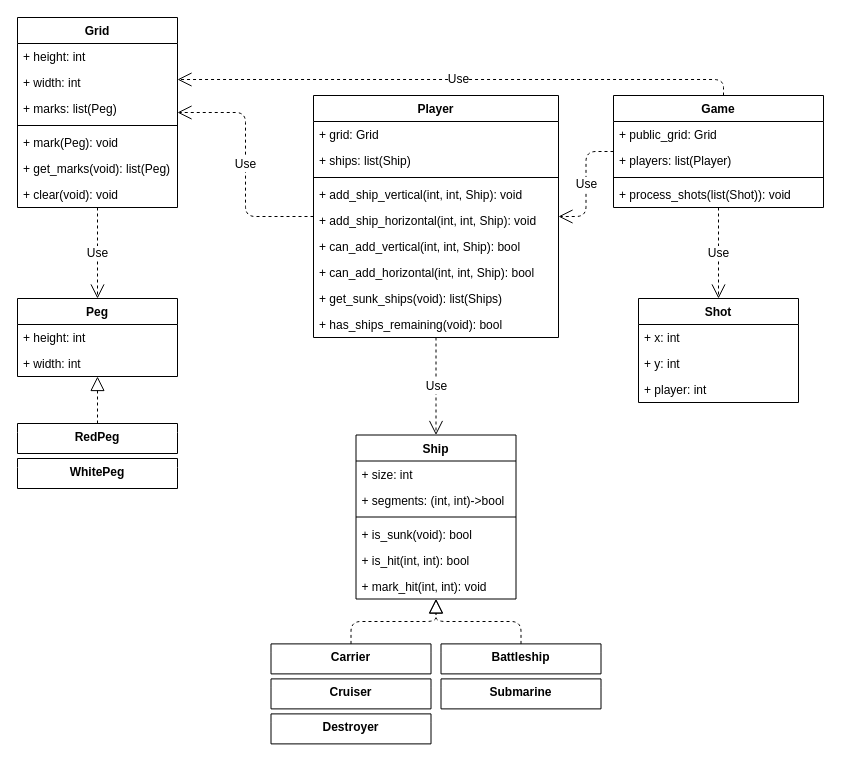
Before: battleship.drawio in colorfuldisaster/battleship, a draw.io diagram. Source tidied: cells renumbered, new cells numbered last; positions are measured from the earlier drawing's top-left corner, leaving out a move shared by most shapes. Both pictures are drawn from the tidied source at 100%, with x=0, y=0 at pixel (17, 17).
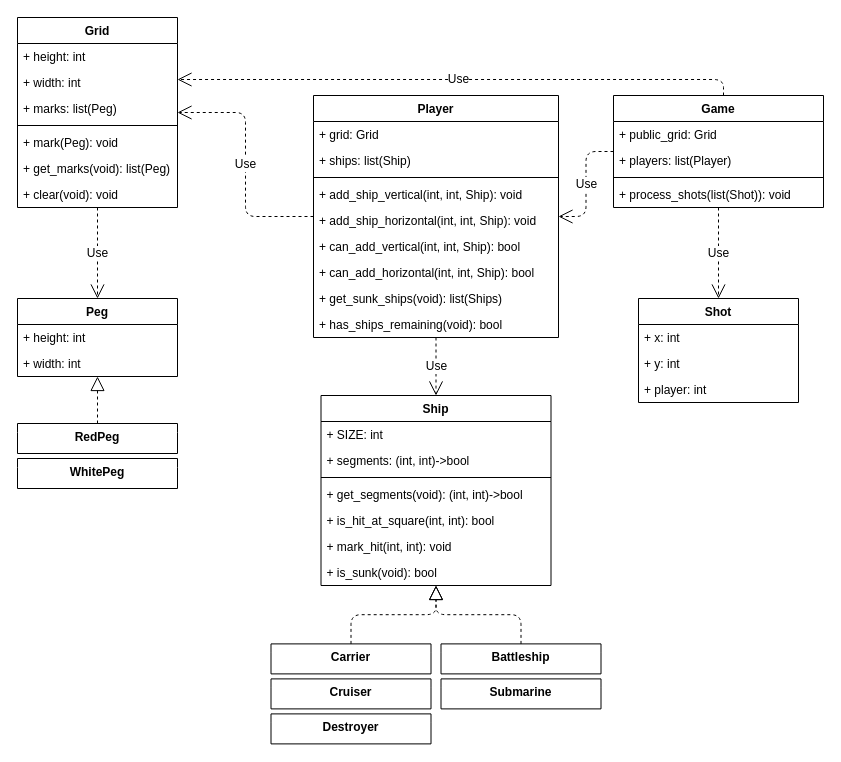
The same diagram, later.

Diff of the diagram source:
```diff
@@
     <mxCell id="40" value="Ship" style="swimlane;fontStyle=1;align=center;verticalAlign=top;horizontal=1;startSize=26;rounded=0;shadow=0;glass=0;comic=0;strokeColor=#000000;fontSize=12;" parent="1" vertex="1">
-      <mxGeometry x="338.5" y="417.5" width="160" height="164" as="geometry" />
+      <mxGeometry x="303.5" y="378" width="230" height="190" as="geometry" />
     </mxCell>
-    <mxCell id="41" value="+ size: int" style="text;strokeColor=none;fillColor=none;align=left;verticalAlign=top;spacingLeft=4;spacingRight=4;overflow=hidden;" parent="40" vertex="1">
-      <mxGeometry y="26" width="160" height="26" as="geometry" />
+    <mxCell id="41" value="+ SIZE: int" style="text;strokeColor=none;fillColor=none;align=left;verticalAlign=top;spacingLeft=4;spacingRight=4;overflow=hidden;" parent="40" vertex="1">
+      <mxGeometry y="26" width="230" height="26" as="geometry" />
     </mxCell>
     <mxCell id="42" value="+ segments: (int, int)-&gt;bool" style="text;strokeColor=none;fillColor=none;align=left;verticalAlign=top;spacingLeft=4;spacingRight=4;overflow=hidden;" parent="40" vertex="1">
-      <mxGeometry y="52" width="160" height="26" as="geometry" />
+      <mxGeometry y="52" width="230" height="26" as="geometry" />
     </mxCell>
     <mxCell id="43" style="line;strokeWidth=1;fillColor=none;align=left;verticalAlign=middle;spacingTop=-1;spacingLeft=3;spacingRight=3;labelPosition=right;" parent="40" vertex="1">
-      <mxGeometry y="78" width="160" height="8" as="geometry" />
+      <mxGeometry y="78" width="230" height="8" as="geometry" />
     </mxCell>
-    <mxCell id="44" value="+ is_sunk(void): bool" style="text;strokeColor=none;fillColor=none;align=left;verticalAlign=top;spacingLeft=4;spacingRight=4;overflow=hidden;" parent="40" vertex="1">
-      <mxGeometry y="86" width="160" height="26" as="geometry" />
+    <mxCell id="44" value="+ get_segments(void): (int, int)-&gt;bool" style="text;strokeColor=none;fillColor=none;align=left;verticalAlign=top;spacingLeft=4;spacingRight=4;overflow=hidden;" parent="40" vertex="1">
+      <mxGeometry y="86" width="230" height="26" as="geometry" />
     </mxCell>
-    <mxCell id="45" value="+ is_hit(int, int): bool" style="text;strokeColor=none;fillColor=none;align=left;verticalAlign=top;spacingLeft=4;spacingRight=4;overflow=hidden;" parent="40" vertex="1">
-      <mxGeometry y="112" width="160" height="26" as="geometry" />
+    <mxCell id="45" value="+ is_hit_at_square(int, int): bool" style="text;strokeColor=none;fillColor=none;align=left;verticalAlign=top;spacingLeft=4;spacingRight=4;overflow=hidden;" parent="40" vertex="1">
+      <mxGeometry y="112" width="230" height="26" as="geometry" />
     </mxCell>
     <mxCell id="46" value="+ mark_hit(int, int): void" style="text;strokeColor=none;fillColor=none;align=left;verticalAlign=top;spacingLeft=4;spacingRight=4;overflow=hidden;" parent="40" vertex="1">
-      <mxGeometry y="138" width="160" height="26" as="geometry" />
+      <mxGeometry y="138" width="230" height="26" as="geometry" />
     </mxCell>
+    <mxCell id="55" value="+ is_sunk(void): bool" style="text;strokeColor=none;fillColor=none;align=left;verticalAlign=top;spacingLeft=4;spacingRight=4;overflow=hidden;" parent="40" vertex="1">
+      <mxGeometry y="164" width="230" height="26" as="geometry" />
+    </mxCell>
```
